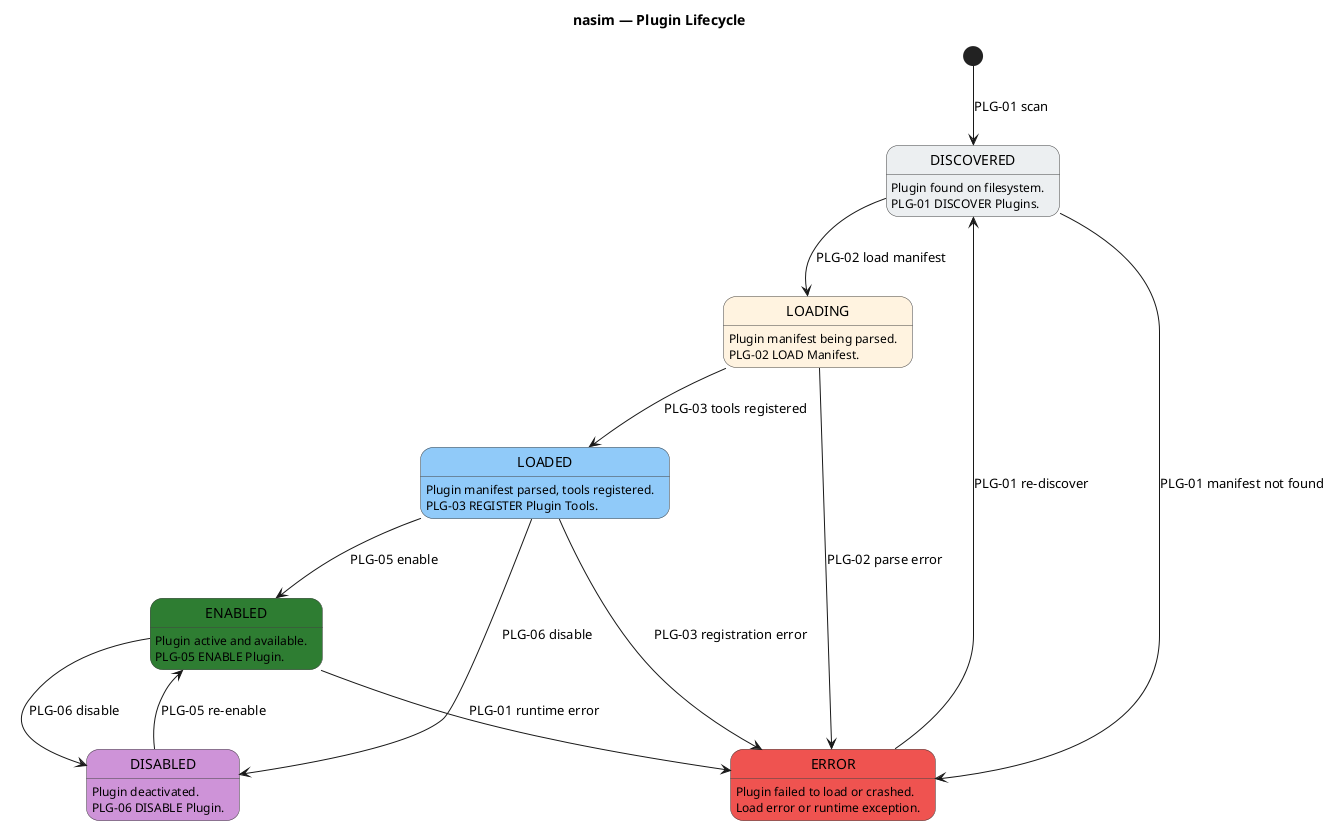
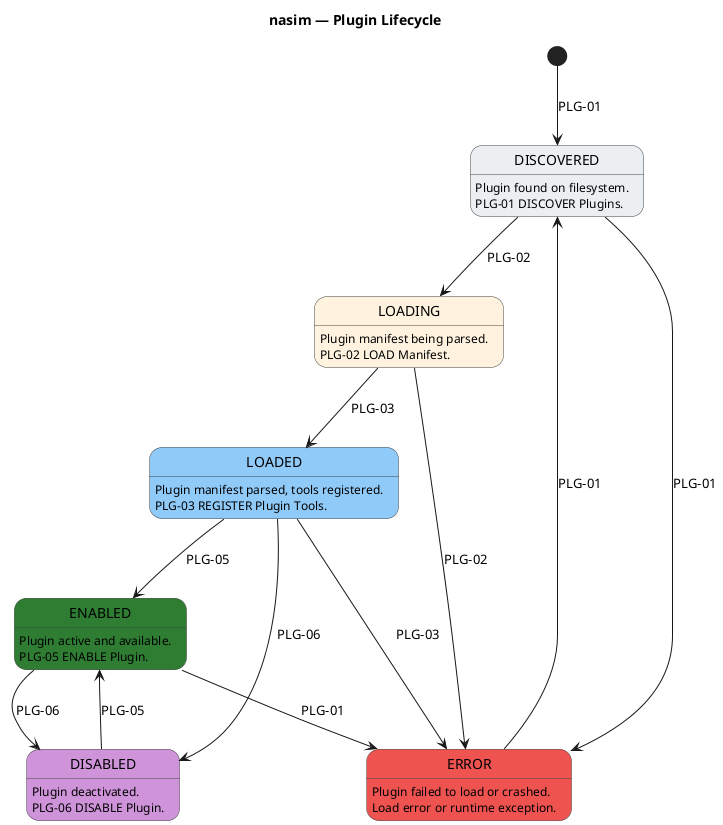
@startuml sm_plugin_lifecycle
' ============================================================
' Title:     nasim — Plugin Lifecycle State Machine
' Boundary:  nasim code agent
' Purpose:   Entity lifecycle for Plugin (persisted in config)
' Milestone: v1.0
' Version:   6.0.0
' Source:    docs/UC/README.md
' Review:    docs/audit/audit.2026.06.20.sq-sm-chain.car.md
' ============================================================

title nasim — Plugin Lifecycle

skinparam state {
  BackgroundColor #FFFFFF
  BorderColor #424242
  FontColor #000000
}

- [*] --> DISCOVERED : PLG-01 scan
+ [*] --> DISCOVERED : PLG-01

state "DISCOVERED" as DISCOVERED #ECEFF1
DISCOVERED : Plugin found on filesystem.
DISCOVERED : PLG-01 DISCOVER Plugins.

state "LOADING" as LOADING #FFF3E0
LOADING : Plugin manifest being parsed.
LOADING : PLG-02 LOAD Manifest.

state "LOADED" as LOADED #90CAF9
LOADED : Plugin manifest parsed, tools registered.
LOADED : PLG-03 REGISTER Plugin Tools.

state "ENABLED" as ENABLED #2E7D32
ENABLED : Plugin active and available.
ENABLED : PLG-05 ENABLE Plugin.

state "DISABLED" as DISABLED #CE93D8
DISABLED : Plugin deactivated.
DISABLED : PLG-06 DISABLE Plugin.

state "ERROR" as ERROR #EF5350
ERROR : Plugin failed to load or crashed.
ERROR : Load error or runtime exception.

- DISCOVERED --> LOADING : PLG-02 load manifest
- DISCOVERED --> ERROR : PLG-01 manifest not found
- LOADING --> LOADED : PLG-03 tools registered
- LOADING --> ERROR : PLG-02 parse error
- LOADED --> ENABLED : PLG-05 enable
- LOADED --> DISABLED : PLG-06 disable
- ENABLED --> DISABLED : PLG-06 disable
- DISABLED --> ENABLED : PLG-05 re-enable
- ENABLED --> ERROR : PLG-01 runtime error
- LOADED --> ERROR : PLG-03 registration error
+ DISCOVERED --> LOADING : PLG-02
+ DISCOVERED --> ERROR : PLG-01
+ LOADING --> LOADED : PLG-03
+ LOADING --> ERROR : PLG-02
+ LOADED --> ENABLED : PLG-05
+ LOADED --> DISABLED : PLG-06
+ ENABLED --> DISABLED : PLG-06
+ DISABLED --> ENABLED : PLG-05
+ ENABLED --> ERROR : PLG-01
+ LOADED --> ERROR : PLG-03

- ERROR --> DISCOVERED : PLG-01 re-discover
+ ERROR --> DISCOVERED : PLG-01

@enduml
